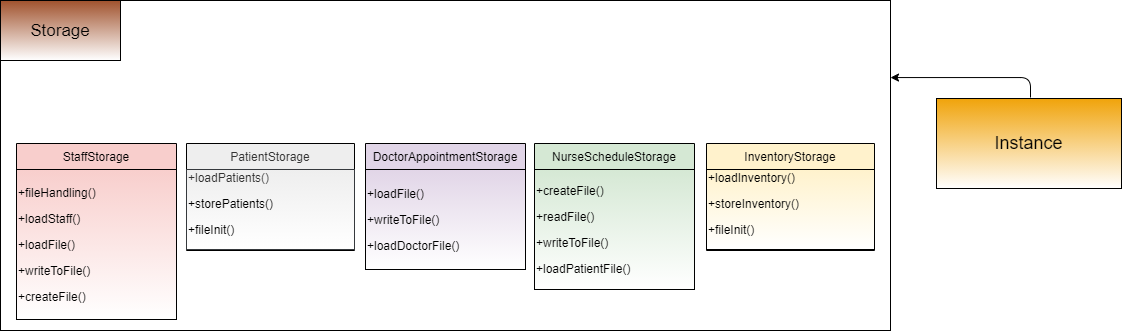
Before: docs/images/UpdatedStorageUML.png, a diagram exported from draw.io (nus-cs2113-AY2021S2/tp). Source tidied: cells renumbered, new cells last; positions are measured from the earlier drawing's top-left corner, leaving out a move shared by most shapes.
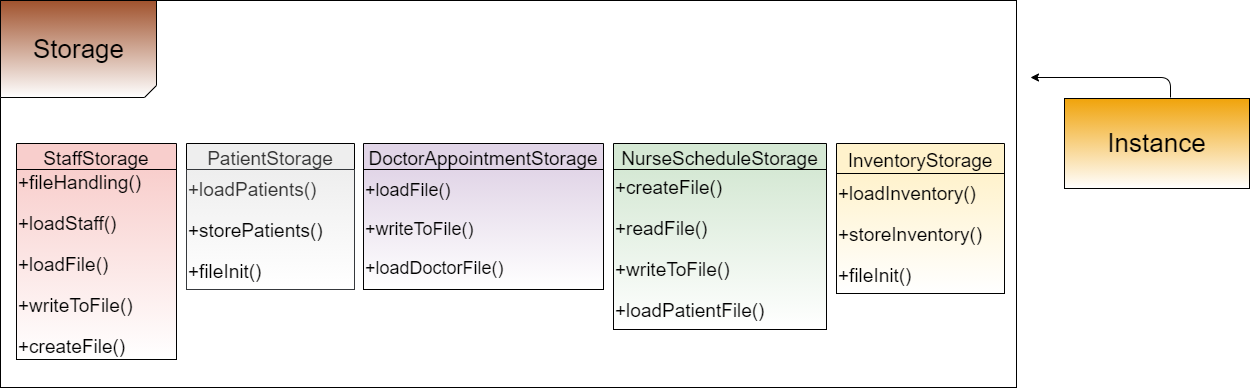
Above is the later version.

The edit, as a diff of the source:
```diff
@@ -2,63 +2,66 @@
   <root>
     <mxCell id="0" />
     <mxCell id="1" parent="0" />
-    <mxCell id="2" style="shape=table;html=1;whiteSpace=wrap;startSize=0;" parent="1" vertex="1">
-      <mxGeometry width="890" height="330" as="geometry" />
+    <mxCell id="2" style="shape=table;html=1;whiteSpace=wrap;startSize=0;fillColor=none;" parent="1" vertex="1">
+      <mxGeometry width="1016" height="387" as="geometry" />
     </mxCell>
     <mxCell id="3" style="shape=partialRectangle;html=1;whiteSpace=wrap;fillColor=none;top=0;left=0;bottom=0;right=0;" parent="2" vertex="1">
-      <mxGeometry width="890" height="330" as="geometry" />
+      <mxGeometry width="1016" height="387" as="geometry" />
     </mxCell>
-    <mxCell id="4" style="shape=partialRectangle;html=1;whiteSpace=wrap;overflow=hidden;fillColor=none;top=0;left=0;bottom=0;right=0;shadow=0;" parent="3" vertex="1">
-      <mxGeometry width="890" height="330" as="geometry" />
+    <mxCell id="4" style="shape=partialRectangle;html=1;whiteSpace=wrap;overflow=hidden;top=0;left=0;bottom=0;right=0;shadow=0;fillColor=none;" parent="3" vertex="1">
+      <mxGeometry width="1016" height="387" as="geometry" />
     </mxCell>
-    <mxCell id="5" value="DoctorAppointmentStorage" style="swimlane;fontStyle=0;align=center;verticalAlign=middle;horizontal=1;startSize=26;rounded=0;shadow=0;strokeWidth=1;fillColor=#E1D5E7;" parent="1" vertex="1">
-      <mxGeometry x="365" y="143" width="160" height="126" as="geometry" />
+    <mxCell id="5" value="DoctorAppointmentStorage" style="swimlane;fontStyle=0;align=center;verticalAlign=middle;horizontal=1;startSize=26;rounded=0;shadow=0;strokeWidth=1;fillColor=#E1D5E7;fontSize=19;" parent="1" vertex="1">
+      <mxGeometry x="363" y="143" width="240" height="146" as="geometry" />
     </mxCell>
-    <mxCell id="6" value="&lt;p&gt;&lt;font style=&quot;font-size: 12px&quot;&gt;+loadFile()&lt;/font&gt;&lt;/p&gt;&lt;p&gt;&lt;font style=&quot;font-size: 12px&quot;&gt;+writeToFile()&lt;/font&gt;&lt;/p&gt;&lt;p&gt;&lt;font style=&quot;font-size: 12px&quot;&gt;+loadDoctorFile()&lt;/font&gt;&lt;/p&gt;" style="text;html=1;align=left;verticalAlign=middle;fillColor=#E1D5E7;gradientColor=#ffffff;strokeColor=#000000;" parent="5" vertex="1">
-      <mxGeometry y="26" width="160" height="100" as="geometry" />
+    <mxCell id="6" value="&lt;p style=&quot;font-size: 18px&quot;&gt;&lt;font style=&quot;font-size: 18px&quot;&gt;+loadFile()&lt;/font&gt;&lt;/p&gt;&lt;p style=&quot;font-size: 18px&quot;&gt;&lt;font style=&quot;font-size: 18px&quot;&gt;+writeToFile()&lt;/font&gt;&lt;/p&gt;&lt;p style=&quot;font-size: 18px&quot;&gt;&lt;font style=&quot;font-size: 18px&quot;&gt;+loadDoctorFile()&lt;/font&gt;&lt;/p&gt;" style="text;html=1;align=left;verticalAlign=middle;fillColor=#E1D5E7;gradientColor=#ffffff;strokeColor=#000000;" parent="5" vertex="1">
+      <mxGeometry y="26" width="240" height="120" as="geometry" />
     </mxCell>
-    <mxCell id="7" value="NurseScheduleStorage" style="swimlane;fontStyle=0;align=center;verticalAlign=middle;horizontal=1;startSize=26;rounded=0;shadow=0;strokeWidth=1;fillColor=#D5E8D4;" parent="1" vertex="1">
-      <mxGeometry x="534" y="143" width="160" height="146" as="geometry" />
+    <mxCell id="7" value="NurseScheduleStorage" style="swimlane;fontStyle=0;align=center;verticalAlign=middle;horizontal=1;startSize=26;rounded=0;shadow=0;strokeWidth=1;fillColor=#D5E8D4;fontSize=19;" parent="1" vertex="1">
+      <mxGeometry x="613" y="143" width="213" height="186" as="geometry" />
     </mxCell>
-    <mxCell id="8" value="&lt;p&gt;&lt;font style=&quot;font-size: 12px&quot;&gt;+createFile()&lt;/font&gt;&lt;/p&gt;&lt;p&gt;&lt;font style=&quot;font-size: 12px&quot;&gt;+readFile()&lt;/font&gt;&lt;/p&gt;&lt;p&gt;&lt;font style=&quot;font-size: 12px&quot;&gt;+writeToFile()&lt;/font&gt;&lt;/p&gt;&lt;p&gt;&lt;font style=&quot;font-size: 12px&quot;&gt;+loadPatientFile()&lt;/font&gt;&lt;/p&gt;" style="text;html=1;align=left;verticalAlign=middle;fillColor=#D5E8D4;gradientColor=#FFFFFF;strokeColor=#000000;" parent="7" vertex="1">
-      <mxGeometry y="26" width="160" height="120" as="geometry" />
+    <mxCell id="8" value="&lt;p style=&quot;font-size: 19px&quot;&gt;&lt;font style=&quot;font-size: 19px&quot;&gt;+createFile()&lt;/font&gt;&lt;/p&gt;&lt;p style=&quot;font-size: 19px&quot;&gt;&lt;font style=&quot;font-size: 19px&quot;&gt;+readFile()&lt;/font&gt;&lt;/p&gt;&lt;p style=&quot;font-size: 19px&quot;&gt;&lt;font style=&quot;font-size: 19px&quot;&gt;+writeToFile()&lt;/font&gt;&lt;/p&gt;&lt;p style=&quot;font-size: 19px&quot;&gt;&lt;font style=&quot;font-size: 19px&quot;&gt;+loadPatientFile()&lt;/font&gt;&lt;/p&gt;" style="text;html=1;align=left;verticalAlign=middle;fillColor=#D5E8D4;gradientColor=#FFFFFF;strokeColor=#000000;" parent="7" vertex="1">
+      <mxGeometry y="26" width="213" height="160" as="geometry" />
     </mxCell>
-    <mxCell id="9" value="PatientStorage" style="swimlane;fontStyle=0;align=center;verticalAlign=middle;horizontal=1;startSize=26;rounded=0;shadow=0;strokeWidth=1;fontColor=#333333;fillColor=#EEEEEE;" parent="1" vertex="1">
-      <mxGeometry x="186" y="143" width="168" height="107" as="geometry" />
+    <mxCell id="9" value="PatientStorage" style="swimlane;fontStyle=0;align=center;verticalAlign=middle;horizontal=1;startSize=26;rounded=0;shadow=0;strokeWidth=1;fontColor=#333333;fillColor=#EEEEEE;fontSize=19;" parent="1" vertex="1">
+      <mxGeometry x="186" y="143" width="168" height="146" as="geometry" />
     </mxCell>
-    <mxCell id="10" value="&lt;font style=&quot;font-size: 12px&quot;&gt;+loadPatients()&lt;br&gt;&lt;/font&gt;&lt;p&gt;&lt;span style=&quot;color: rgb(0 , 0 , 0)&quot;&gt;&lt;font style=&quot;font-size: 12px&quot;&gt;+storePatients()&lt;/font&gt;&lt;/span&gt;&lt;/p&gt;&lt;p&gt;&lt;span style=&quot;color: rgb(0 , 0 , 0)&quot;&gt;&lt;font style=&quot;font-size: 12px&quot;&gt;+fileInit()&lt;/font&gt;&lt;/span&gt;&lt;/p&gt;" style="text;html=1;align=left;verticalAlign=middle;fontColor=#333333;fillColor=#EEEEEE;strokeColor=#36393D;gradientColor=#ffffff;" parent="9" vertex="1">
-      <mxGeometry y="26" width="168" height="80" as="geometry" />
+    <mxCell id="10" value="&lt;font style=&quot;font-size: 19px&quot;&gt;&lt;br&gt;+loadPatients()&lt;br&gt;&lt;/font&gt;&lt;p style=&quot;font-size: 19px&quot;&gt;&lt;span style=&quot;color: rgb(0 , 0 , 0)&quot;&gt;&lt;font style=&quot;font-size: 19px&quot;&gt;+storePatients()&lt;/font&gt;&lt;/span&gt;&lt;/p&gt;&lt;p style=&quot;font-size: 19px&quot;&gt;&lt;span style=&quot;color: rgb(0 , 0 , 0)&quot;&gt;&lt;font style=&quot;font-size: 19px&quot;&gt;+fileInit()&lt;/font&gt;&lt;/span&gt;&lt;/p&gt;" style="text;html=1;align=left;verticalAlign=middle;fontColor=#333333;fillColor=#EEEEEE;strokeColor=#36393D;gradientColor=#ffffff;" parent="9" vertex="1">
+      <mxGeometry y="26" width="168" height="120" as="geometry" />
     </mxCell>
-    <mxCell id="11" value="InventoryStorage" style="swimlane;fontStyle=0;align=center;verticalAlign=middle;horizontal=1;startSize=26;rounded=0;shadow=0;strokeWidth=1;fillColor=#FFF2CC;" parent="1" vertex="1">
-      <mxGeometry x="706" y="143" width="168" height="107" as="geometry" />
+    <mxCell id="11" value="InventoryStorage" style="swimlane;fontStyle=0;align=center;verticalAlign=middle;horizontal=1;startSize=30;rounded=0;shadow=0;strokeWidth=1;fillColor=#FFF2CC;fontSize=19;" parent="1" vertex="1">
+      <mxGeometry x="836" y="143" width="168" height="150" as="geometry" />
     </mxCell>
-    <mxCell id="12" value="&lt;font style=&quot;font-size: 12px&quot;&gt;+loadInventory()&lt;br&gt;&lt;/font&gt;&lt;p&gt;&lt;span style=&quot;color: rgb(0 , 0 , 0)&quot;&gt;&lt;font style=&quot;font-size: 12px&quot;&gt;+storeInventory()&lt;/font&gt;&lt;/span&gt;&lt;/p&gt;&lt;p&gt;&lt;span style=&quot;color: rgb(0 , 0 , 0)&quot;&gt;&lt;font style=&quot;font-size: 12px&quot;&gt;+fileInit()&lt;/font&gt;&lt;/span&gt;&lt;/p&gt;" style="text;html=1;align=left;verticalAlign=middle;fillColor=#FFF2CC;gradientColor=#FFFFFF;strokeColor=#000000;" parent="11" vertex="1">
-      <mxGeometry y="26" width="168" height="80" as="geometry" />
+    <mxCell id="12" value="&lt;font style=&quot;font-size: 19px&quot;&gt;&lt;br&gt;+loadInventory()&lt;br&gt;&lt;/font&gt;&lt;p style=&quot;font-size: 19px&quot;&gt;&lt;span style=&quot;color: rgb(0 , 0 , 0)&quot;&gt;&lt;font style=&quot;font-size: 19px&quot;&gt;+storeInventory()&lt;/font&gt;&lt;/span&gt;&lt;/p&gt;&lt;p style=&quot;font-size: 19px&quot;&gt;&lt;span style=&quot;color: rgb(0 , 0 , 0)&quot;&gt;&lt;font style=&quot;font-size: 19px&quot;&gt;+fileInit()&lt;/font&gt;&lt;/span&gt;&lt;/p&gt;" style="text;html=1;align=left;verticalAlign=middle;fillColor=#FFF2CC;gradientColor=#FFFFFF;strokeColor=#000000;" parent="11" vertex="1">
+      <mxGeometry y="30" width="168" height="120" as="geometry" />
     </mxCell>
-    <mxCell id="13" value="StaffStorage" style="swimlane;fontStyle=0;align=center;verticalAlign=middle;horizontal=1;startSize=26;rounded=0;shadow=0;strokeWidth=1;labelBackgroundColor=none;fillColor=#F8CECC;" parent="1" vertex="1">
-      <mxGeometry x="16" y="143" width="160" height="176" as="geometry" />
+    <mxCell id="13" value="StaffStorage" style="swimlane;fontStyle=0;align=center;verticalAlign=middle;horizontal=1;startSize=26;rounded=0;shadow=0;strokeWidth=1;labelBackgroundColor=none;fillColor=#F8CECC;fontSize=19;" parent="1" vertex="1">
+      <mxGeometry x="16" y="143" width="160" height="216" as="geometry" />
     </mxCell>
-    <mxCell id="14" value="&lt;p&gt;&lt;span style=&quot;text-align: right&quot;&gt;+fileHandling()&lt;/span&gt;&lt;/p&gt;&lt;p&gt;&lt;span style=&quot;text-align: right&quot;&gt;+loadStaff()&lt;/span&gt;&lt;/p&gt;&lt;p&gt;&lt;span style=&quot;text-align: right&quot;&gt;+loadFile()&lt;/span&gt;&lt;/p&gt;&lt;p&gt;&lt;span style=&quot;text-align: right&quot;&gt;+writeToFile()&lt;/span&gt;&lt;/p&gt;&lt;p&gt;&lt;span style=&quot;text-align: right&quot;&gt;+createFile()&lt;/span&gt;&lt;/p&gt;" style="text;html=1;align=left;verticalAlign=middle;points=[];labelBackgroundColor=none;labelBorderColor=none;strokeWidth=1;fillColor=#F8CECC;gradientColor=#ffffff;strokeColor=#000000;" parent="13" vertex="1">
-      <mxGeometry y="26" width="160" height="150" as="geometry" />
+    <mxCell id="14" value="&lt;p style=&quot;font-size: 19px&quot;&gt;&lt;span style=&quot;text-align: right&quot;&gt;&lt;font style=&quot;font-size: 19px&quot;&gt;+fileHandling()&lt;/font&gt;&lt;/span&gt;&lt;/p&gt;&lt;p style=&quot;font-size: 19px&quot;&gt;&lt;span style=&quot;text-align: right&quot;&gt;&lt;font style=&quot;font-size: 19px&quot;&gt;+loadStaff()&lt;/font&gt;&lt;/span&gt;&lt;/p&gt;&lt;p style=&quot;font-size: 19px&quot;&gt;&lt;span style=&quot;text-align: right&quot;&gt;&lt;font style=&quot;font-size: 19px&quot;&gt;+loadFile()&lt;/font&gt;&lt;/span&gt;&lt;/p&gt;&lt;p style=&quot;font-size: 19px&quot;&gt;&lt;span style=&quot;text-align: right&quot;&gt;&lt;font style=&quot;font-size: 19px&quot;&gt;+writeToFile()&lt;/font&gt;&lt;/span&gt;&lt;/p&gt;&lt;p style=&quot;font-size: 19px&quot;&gt;&lt;span style=&quot;text-align: right&quot;&gt;&lt;font style=&quot;font-size: 19px&quot;&gt;+createFile()&lt;/font&gt;&lt;/span&gt;&lt;/p&gt;" style="text;html=1;align=left;verticalAlign=middle;points=[];labelBackgroundColor=none;labelBorderColor=none;strokeWidth=1;fillColor=#F8CECC;gradientColor=#ffffff;strokeColor=#000000;" parent="13" vertex="1">
+      <mxGeometry y="26" width="160" height="190" as="geometry" />
     </mxCell>
     <mxCell id="15" style="edgeStyle=none;rounded=0;orthogonalLoop=1;jettySize=auto;html=1;entryX=0.5;entryY=1;entryDx=0;entryDy=0;entryPerimeter=0;" parent="13" edge="1" source="14" target="14">
       <mxGeometry relative="1" as="geometry" />
     </mxCell>
-    <mxCell id="16" value="&lt;p style=&quot;font-size: 17px;&quot;&gt;&lt;font color=&quot;#000000&quot; style=&quot;font-size: 17px;&quot;&gt;&lt;span style=&quot;font-size: 17px;&quot;&gt;Storage&lt;/span&gt;&lt;/font&gt;&lt;/p&gt;" style="rounded=0;whiteSpace=wrap;html=1;shadow=0;labelBackgroundColor=none;strokeWidth=1;fillColor=#a0522d;align=center;fontColor=#ffffff;gradientColor=#ffffff;fontFamily=Helvetica;fontSize=17;fontStyle=0;" parent="1" vertex="1">
-      <mxGeometry width="120" height="60" as="geometry" />
-    </mxCell>
-    <mxCell id="17" value="&lt;font style=&quot;font-size: 18px&quot; color=&quot;#000000&quot;&gt;Instance&lt;/font&gt;" style="rounded=0;whiteSpace=wrap;html=1;fontFamily=Helvetica;fontSize=13;fillColor=#f0a30a;fontColor=#ffffff;gradientColor=#ffffff;" parent="1" vertex="1">
-      <mxGeometry x="936" y="98" width="185" height="90" as="geometry" />
+    <mxCell id="17" value="&lt;font style=&quot;font-size: 26px&quot; color=&quot;#000000&quot;&gt;Instance&lt;/font&gt;" style="rounded=0;whiteSpace=wrap;html=1;fontFamily=Helvetica;fontSize=13;fillColor=#f0a30a;fontColor=#ffffff;gradientColor=#ffffff;" parent="1" vertex="1">
+      <mxGeometry x="1064" y="98" width="185" height="90" as="geometry" />
     </mxCell>
     <mxCell id="18" style="endArrow=classic;html=1;edgeStyle=orthogonalEdgeStyle;rounded=1;" parent="1" edge="1">
       <mxGeometry relative="1" as="geometry">
-        <mxPoint x="1030" y="97" as="sourcePoint" />
-        <mxPoint x="890" y="77" as="targetPoint" />
+        <mxPoint x="1170" y="97" as="sourcePoint" />
+        <mxPoint x="1030" y="77" as="targetPoint" />
         <Array as="points">
+          <mxPoint x="1170" y="77" />
           <mxPoint x="1030" y="77" />
-          <mxPoint x="890" y="77" />
         </Array>
       </mxGeometry>
     </mxCell>
+    <mxCell id="19" style="shape=card;whiteSpace=wrap;html=1;rotation=-180;size=12;fillColor=#a0522d;fontColor=#ffffff;gradientColor=#ffffff;gradientDirection=north;" parent="1" vertex="1">
+      <mxGeometry width="156" height="97" as="geometry" />
+    </mxCell>
+    <mxCell id="16" value="&lt;font style=&quot;font-size: 26px&quot;&gt;Storage&lt;/font&gt;" style="text;html=1;align=center;verticalAlign=middle;fillColor=none;strokeColor=none;rounded=0;" parent="1" vertex="1">
+      <mxGeometry x="23" y="38.5" width="110" height="20" as="geometry" />
+    </mxCell>
   </root>
 </mxGraphModel>
```
